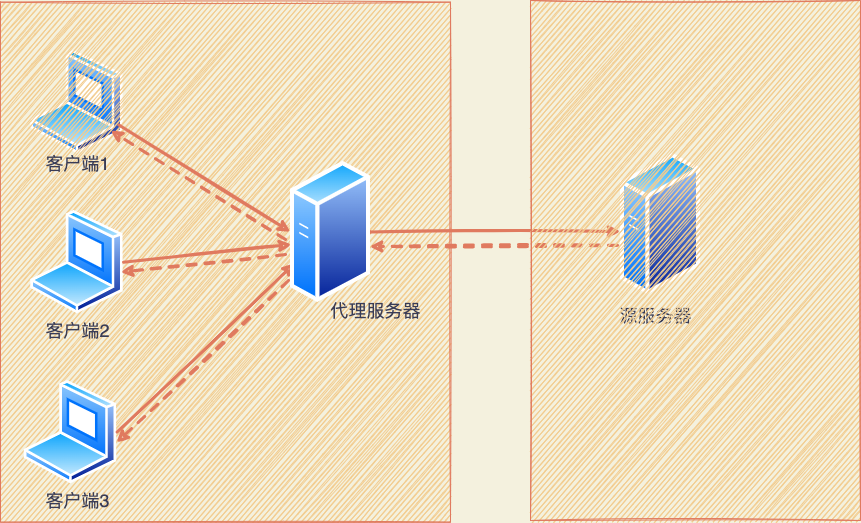
The draw.io diagram imgFolder1/正向代理.drawio.png in wallcwr/xiaoliangbianchenghui, before a commit. Source tidied: cells renumbered, new cells last; positions are measured from the earlier drawing's top-left corner, leaving out a move shared by most shapes. The source it was exported from:
```xml
<mxGraphModel background="#F4F1DE">
  <root>
    <mxCell id="0" />
    <mxCell id="1" parent="0" />
    <mxCell id="2" style="perimeter=ellipsePerimeter;html=1;align=center;shadow=0;dashed=0;spacingTop=3;image;image=img/lib/active_directory/laptop_client.svg;rounded=0;sketch=1;fontSize=14;fillColor=#F2CC8F;strokeColor=#E07A5F;fontColor=#393C56;labelBackgroundColor=#F4F1DE;" parent="1" vertex="1">
      <mxGeometry x="30" y="50" width="93" height="103.3" as="geometry" />
    </mxCell>
    <mxCell id="3" style="verticalLabelPosition=bottom;verticalAlign=top;html=1;shape=mxgraph.basic.rect;fillColor2=none;strokeWidth=1;size=20;indent=5;rounded=0;sketch=1;fontSize=14;fillColor=#F2CC8F;strokeColor=#E07A5F;fontColor=#393C56;" parent="1" vertex="1">
      <mxGeometry y="1.7" width="450" height="520" as="geometry" />
    </mxCell>
    <mxCell id="4" value="&lt;font style=&quot;font-size: 18px&quot;&gt;客户端1&lt;/font&gt;" style="text;html=1;align=center;verticalAlign=middle;strokeColor=none;fillColor=none;fontSize=14;sketch=1;fontColor=#393C56;" parent="1" vertex="1">
      <mxGeometry x="36.5" y="153.3" width="80" height="20" as="geometry" />
    </mxCell>
    <mxCell id="5" value="&lt;span style=&quot;font-size: 18px&quot;&gt;客户端2&lt;/span&gt;" style="text;html=1;align=center;verticalAlign=middle;strokeColor=none;fillColor=none;fontSize=14;sketch=1;fontColor=#393C56;" parent="1" vertex="1">
      <mxGeometry x="36.5" y="320" width="80" height="20" as="geometry" />
    </mxCell>
    <mxCell id="6" value="&lt;span style=&quot;font-size: 18px&quot;&gt;客户端3&lt;/span&gt;" style="text;html=1;align=center;verticalAlign=middle;strokeColor=none;fillColor=none;fontSize=14;sketch=1;fontColor=#393C56;" parent="1" vertex="1">
      <mxGeometry x="36.5" y="490" width="80" height="20" as="geometry" />
    </mxCell>
    <mxCell id="7" style="perimeter=ellipsePerimeter;html=1;align=center;shadow=0;dashed=0;spacingTop=3;image;image=img/lib/active_directory/laptop_client.svg;rounded=0;sketch=1;fontSize=14;fillColor=#F2CC8F;strokeColor=#E07A5F;fontColor=#393C56;labelBackgroundColor=#F4F1DE;imageBackground=none;imageBorder=none;" parent="1" vertex="1">
      <mxGeometry x="30" y="210" width="93" height="103.3" as="geometry" />
    </mxCell>
    <mxCell id="8" style="perimeter=ellipsePerimeter;html=1;align=center;shadow=0;dashed=0;spacingTop=3;image;image=img/lib/active_directory/laptop_client.svg;rounded=0;sketch=1;fontSize=14;fillColor=#F2CC8F;strokeColor=#E07A5F;fontColor=#393C56;labelBackgroundColor=#F4F1DE;" parent="1" vertex="1">
      <mxGeometry x="23.5" y="380" width="93" height="103.3" as="geometry" />
    </mxCell>
    <mxCell id="9" value="&lt;font style=&quot;font-size: 18px&quot;&gt;代理服务器&lt;/font&gt;" style="text;html=1;align=center;verticalAlign=middle;strokeColor=none;fillColor=none;fontSize=14;sketch=1;fontColor=#393C56;" parent="1" vertex="1">
      <mxGeometry x="320" y="300" width="110" height="20" as="geometry" />
    </mxCell>
    <mxCell id="10" style="endArrow=classic;html=1;rounded=1;sketch=1;fontSize=18;curved=0;exitX=1;exitY=0.75;exitDx=0;exitDy=0;entryX=0;entryY=0.5;entryDx=0;entryDy=0;strokeWidth=3;strokeColor=#E07A5F;fontColor=#393C56;labelBackgroundColor=#F4F1DE;" parent="1" edge="1" source="2" target="19">
      <mxGeometry relative="1" as="geometry" />
    </mxCell>
    <mxCell id="11" style="endArrow=classic;html=1;rounded=1;sketch=1;fontSize=18;curved=0;exitX=1;exitY=0.5;exitDx=0;exitDy=0;entryX=0.013;entryY=0.588;entryDx=0;entryDy=0;entryPerimeter=0;strokeWidth=3;strokeColor=#E07A5F;fontColor=#393C56;labelBackgroundColor=#F4F1DE;" parent="1" edge="1" source="7" target="19">
      <mxGeometry relative="1" as="geometry" />
    </mxCell>
    <mxCell id="12" style="endArrow=classic;html=1;rounded=1;sketch=1;fontSize=18;curved=0;exitX=1;exitY=0.5;exitDx=0;exitDy=0;entryX=0;entryY=0.75;entryDx=0;entryDy=0;strokeWidth=3;strokeColor=#E07A5F;fontColor=#393C56;labelBackgroundColor=#F4F1DE;" parent="1" edge="1" source="8" target="19">
      <mxGeometry relative="1" as="geometry" />
    </mxCell>
    <mxCell id="13" style="endArrow=classic;html=1;rounded=1;sketch=1;fontSize=18;curved=0;strokeWidth=3;strokeColor=#E07A5F;fontColor=#393C56;labelBackgroundColor=#F4F1DE;" parent="1" edge="1" source="19">
      <mxGeometry relative="1" as="geometry">
        <mxPoint x="620" y="230.9" as="targetPoint" />
      </mxGeometry>
    </mxCell>
    <mxCell id="14" style="perimeter=ellipsePerimeter;html=1;align=center;shadow=0;dashed=0;spacingTop=3;image;image=img/lib/active_directory/generic_server.svg;rounded=0;sketch=1;fontSize=14;fillColor=none;imageBackground=none;strokeColor=#E07A5F;fontColor=#393C56;labelBackgroundColor=#F4F1DE;" parent="1" vertex="1">
      <mxGeometry x="620" y="152.1" width="80" height="142.9" as="geometry" />
    </mxCell>
    <mxCell id="15" value="源服务器" style="text;html=1;align=center;verticalAlign=middle;strokeColor=none;fillColor=none;fontSize=18;sketch=1;fontColor=#393C56;" parent="1" vertex="1">
      <mxGeometry x="610" y="300" width="90" height="30" as="geometry" />
    </mxCell>
    <mxCell id="16" style="endArrow=classic;html=1;rounded=1;sketch=1;fontSize=18;curved=0;strokeWidth=3;strokeColor=#E07A5F;fontColor=#393C56;exitX=-0.062;exitY=0.553;exitDx=0;exitDy=0;exitPerimeter=0;dashed=1;labelBackgroundColor=#F4F1DE;" parent="1" edge="1" source="19">
      <mxGeometry relative="1" as="geometry">
        <mxPoint x="110" y="130" as="targetPoint" />
      </mxGeometry>
    </mxCell>
    <mxCell id="17" style="endArrow=classic;html=1;rounded=1;sketch=1;fontSize=18;curved=0;entryX=0.968;entryY=0.597;entryDx=0;entryDy=0;entryPerimeter=0;strokeWidth=3;strokeColor=#E07A5F;fontColor=#393C56;exitX=-0.062;exitY=0.658;exitDx=0;exitDy=0;exitPerimeter=0;dashed=1;labelBackgroundColor=#F4F1DE;" parent="1" edge="1" source="19" target="7">
      <mxGeometry relative="1" as="geometry" />
    </mxCell>
    <mxCell id="18" style="endArrow=classic;html=1;rounded=1;sketch=1;fontSize=18;curved=0;exitX=1;exitY=0.5;exitDx=0;exitDy=0;entryX=0;entryY=0.75;entryDx=0;entryDy=0;strokeWidth=3;strokeColor=#E07A5F;fontColor=#393C56;startArrow=none;labelBackgroundColor=#F4F1DE;" parent="1" edge="1" source="19">
      <mxGeometry relative="1" as="geometry">
        <mxPoint x="294.1" y="272.9" as="targetPoint" />
      </mxGeometry>
    </mxCell>
    <mxCell id="19" style="perimeter=ellipsePerimeter;html=1;align=center;shadow=0;dashed=0;spacingTop=3;image;image=img/lib/active_directory/generic_server.svg;rounded=0;sketch=1;fontSize=14;fillColor=none;strokeColor=#E07A5F;fontColor=#393C56;labelBackgroundColor=#F4F1DE;" parent="1" vertex="1">
      <mxGeometry x="290" y="160" width="80" height="142.9" as="geometry" />
    </mxCell>
    <mxCell id="20" style="endArrow=classic;html=1;rounded=1;sketch=1;fontSize=18;curved=0;entryX=0.995;entryY=0.6;entryDx=0;entryDy=0;strokeWidth=3;strokeColor=#E07A5F;fontColor=#393C56;entryPerimeter=0;exitX=-0.025;exitY=0.84;exitDx=0;exitDy=0;exitPerimeter=0;dashed=1;labelBackgroundColor=#F4F1DE;" parent="1" edge="1" source="19" target="8">
      <mxGeometry relative="1" as="geometry" />
    </mxCell>
    <mxCell id="21" style="endArrow=classic;html=1;rounded=1;sketch=1;fontSize=18;curved=0;strokeWidth=3;strokeColor=#E07A5F;fontColor=#393C56;entryX=0.988;entryY=0.602;entryDx=0;entryDy=0;entryPerimeter=0;exitX=-0.037;exitY=0.649;exitDx=0;exitDy=0;exitPerimeter=0;dashed=1;labelBackgroundColor=#F4F1DE;" parent="1" edge="1" source="14" target="19">
      <mxGeometry relative="1" as="geometry" />
    </mxCell>
    <mxCell id="22" style="rounded=0;whiteSpace=wrap;html=1;sketch=1;strokeColor=#E07A5F;fillColor=#F2CC8F;shadow=0;fontColor=#393C56;" parent="1" vertex="1">
      <mxGeometry x="530" width="330" height="520" as="geometry" />
    </mxCell>
  </root>
</mxGraphModel>
```
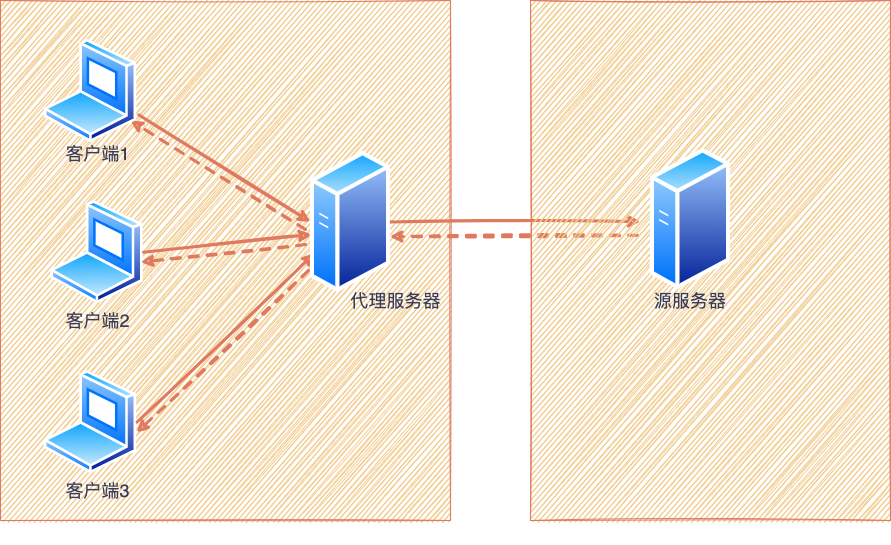
Above is the later version.

Diff of the diagram source:
```diff
@@ -1,12 +1,9 @@
-<mxGraphModel background="#F4F1DE">
+<mxGraphModel>
   <root>
     <mxCell id="0" />
     <mxCell id="1" parent="0" />
-    <mxCell id="2" style="perimeter=ellipsePerimeter;html=1;align=center;shadow=0;dashed=0;spacingTop=3;image;image=img/lib/active_directory/laptop_client.svg;rounded=0;sketch=1;fontSize=14;fillColor=#F2CC8F;strokeColor=#E07A5F;fontColor=#393C56;labelBackgroundColor=#F4F1DE;" parent="1" vertex="1">
-      <mxGeometry x="30" y="50" width="93" height="103.3" as="geometry" />
-    </mxCell>
-    <mxCell id="3" style="verticalLabelPosition=bottom;verticalAlign=top;html=1;shape=mxgraph.basic.rect;fillColor2=none;strokeWidth=1;size=20;indent=5;rounded=0;sketch=1;fontSize=14;fillColor=#F2CC8F;strokeColor=#E07A5F;fontColor=#393C56;" parent="1" vertex="1">
-      <mxGeometry y="1.7" width="450" height="520" as="geometry" />
+    <mxCell id="3" value="&lt;span style=&quot;color: rgba(0 , 0 , 0 , 0) ; font-family: monospace ; font-size: 0px&quot;&gt;%3CmxGraphModel%3E%3Croot%3E%3CmxCell%20id%3D%220%22%2F%3E%3CmxCell%20id%3D%221%22%20parent%3D%220%22%2F%3E%3CmxCell%20id%3D%222%22%20value%3D%22%22%20style%3D%22aspect%3Dfixed%3Bperimeter%3DellipsePerimeter%3Bhtml%3D1%3Balign%3Dcenter%3Bshadow%3D0%3Bdashed%3D0%3BspacingTop%3D3%3Bimage%3Bimage%3Dimg%2Flib%2Factive_directory%2Flaptop_client.svg%3Brounded%3D0%3Bsketch%3D1%3BfontSize%3D14%3BfillColor%3D%23F2CC8F%3BstrokeColor%3D%23E07A5F%3BfontColor%3D%23393C56%3BlabelBackgroundColor%3D%23F4F1DE%3BimageBackground%3Dnone%3BimageBorder%3Dnone%3B%22%20vertex%3D%221%22%20parent%3D%221%22%3E%3CmxGeometry%20x%3D%22-80%22%20y%3D%22-600%22%20width%3D%2293%22%20height%3D%22103.33%22%20as%3D%22geometry%22%2F%3E%3C%2FmxCell%3E%3C%2Froot%3E%3C%2FmxGraphModel%3E&lt;/span&gt;" style="verticalLabelPosition=bottom;verticalAlign=top;html=1;shape=mxgraph.basic.rect;fillColor2=none;strokeWidth=1;size=20;indent=5;rounded=0;sketch=1;fontSize=14;fillColor=#F2CC8F;strokeColor=#E07A5F;fontColor=#393C56;" parent="1" vertex="1">
+      <mxGeometry x="-20" y="10" width="450" height="520" as="geometry" />
     </mxCell>
     <mxCell id="4" value="&lt;font style=&quot;font-size: 18px&quot;&gt;客户端1&lt;/font&gt;" style="text;html=1;align=center;verticalAlign=middle;strokeColor=none;fillColor=none;fontSize=14;sketch=1;fontColor=#393C56;" parent="1" vertex="1">
       <mxGeometry x="36.5" y="153.3" width="80" height="20" as="geometry" />
@@ -17,59 +14,66 @@
     <mxCell id="6" value="&lt;span style=&quot;font-size: 18px&quot;&gt;客户端3&lt;/span&gt;" style="text;html=1;align=center;verticalAlign=middle;strokeColor=none;fillColor=none;fontSize=14;sketch=1;fontColor=#393C56;" parent="1" vertex="1">
       <mxGeometry x="36.5" y="490" width="80" height="20" as="geometry" />
     </mxCell>
-    <mxCell id="7" style="perimeter=ellipsePerimeter;html=1;align=center;shadow=0;dashed=0;spacingTop=3;image;image=img/lib/active_directory/laptop_client.svg;rounded=0;sketch=1;fontSize=14;fillColor=#F2CC8F;strokeColor=#E07A5F;fontColor=#393C56;labelBackgroundColor=#F4F1DE;imageBackground=none;imageBorder=none;" parent="1" vertex="1">
+    <mxCell id="7" style="perimeter=ellipsePerimeter;html=1;align=center;shadow=0;dashed=0;spacingTop=3;image;image=img/lib/active_directory/laptop_client.svg;rounded=0;sketch=1;fontSize=14;imageBackground=none;imageBorder=none;labelBackgroundColor=#F4F1DE;fillColor=#F2CC8F;strokeColor=#E07A5F;fontColor=#393C56;" parent="1" vertex="1">
       <mxGeometry x="30" y="210" width="93" height="103.3" as="geometry" />
     </mxCell>
-    <mxCell id="8" style="perimeter=ellipsePerimeter;html=1;align=center;shadow=0;dashed=0;spacingTop=3;image;image=img/lib/active_directory/laptop_client.svg;rounded=0;sketch=1;fontSize=14;fillColor=#F2CC8F;strokeColor=#E07A5F;fontColor=#393C56;labelBackgroundColor=#F4F1DE;" parent="1" vertex="1">
+    <mxCell id="8" style="perimeter=ellipsePerimeter;html=1;align=center;shadow=0;dashed=0;spacingTop=3;image;image=img/lib/active_directory/laptop_client.svg;rounded=0;sketch=1;fontSize=14;labelBackgroundColor=#F4F1DE;fillColor=#F2CC8F;strokeColor=#E07A5F;fontColor=#393C56;" parent="1" vertex="1">
       <mxGeometry x="23.5" y="380" width="93" height="103.3" as="geometry" />
     </mxCell>
     <mxCell id="9" value="&lt;font style=&quot;font-size: 18px&quot;&gt;代理服务器&lt;/font&gt;" style="text;html=1;align=center;verticalAlign=middle;strokeColor=none;fillColor=none;fontSize=14;sketch=1;fontColor=#393C56;" parent="1" vertex="1">
       <mxGeometry x="320" y="300" width="110" height="20" as="geometry" />
     </mxCell>
-    <mxCell id="10" style="endArrow=classic;html=1;rounded=1;sketch=1;fontSize=18;curved=0;exitX=1;exitY=0.75;exitDx=0;exitDy=0;entryX=0;entryY=0.5;entryDx=0;entryDy=0;strokeWidth=3;strokeColor=#E07A5F;fontColor=#393C56;labelBackgroundColor=#F4F1DE;" parent="1" edge="1" source="2" target="19">
-      <mxGeometry relative="1" as="geometry" />
+    <mxCell id="10" style="endArrow=classic;html=1;rounded=1;sketch=1;fontSize=18;curved=0;exitX=1;exitY=0.75;exitDx=0;exitDy=0;entryX=0;entryY=0.5;entryDx=0;entryDy=0;strokeWidth=3;labelBackgroundColor=#F4F1DE;strokeColor=#E07A5F;fontColor=#393C56;" parent="1" edge="1" target="19">
+      <mxGeometry relative="1" as="geometry">
+        <mxPoint x="118.3" y="124.4" as="sourcePoint" />
+      </mxGeometry>
     </mxCell>
-    <mxCell id="11" style="endArrow=classic;html=1;rounded=1;sketch=1;fontSize=18;curved=0;exitX=1;exitY=0.5;exitDx=0;exitDy=0;entryX=0.013;entryY=0.588;entryDx=0;entryDy=0;entryPerimeter=0;strokeWidth=3;strokeColor=#E07A5F;fontColor=#393C56;labelBackgroundColor=#F4F1DE;" parent="1" edge="1" source="7" target="19">
+    <mxCell id="11" style="endArrow=classic;html=1;rounded=1;sketch=1;fontSize=18;curved=0;exitX=1;exitY=0.5;exitDx=0;exitDy=0;entryX=0.013;entryY=0.588;entryDx=0;entryDy=0;entryPerimeter=0;strokeWidth=3;labelBackgroundColor=#F4F1DE;strokeColor=#E07A5F;fontColor=#393C56;" parent="1" edge="1" source="7" target="19">
       <mxGeometry relative="1" as="geometry" />
     </mxCell>
-    <mxCell id="12" style="endArrow=classic;html=1;rounded=1;sketch=1;fontSize=18;curved=0;exitX=1;exitY=0.5;exitDx=0;exitDy=0;entryX=0;entryY=0.75;entryDx=0;entryDy=0;strokeWidth=3;strokeColor=#E07A5F;fontColor=#393C56;labelBackgroundColor=#F4F1DE;" parent="1" edge="1" source="8" target="19">
+    <mxCell id="12" style="endArrow=classic;html=1;rounded=1;sketch=1;fontSize=18;curved=0;exitX=1;exitY=0.5;exitDx=0;exitDy=0;entryX=0;entryY=0.75;entryDx=0;entryDy=0;strokeWidth=3;labelBackgroundColor=#F4F1DE;strokeColor=#E07A5F;fontColor=#393C56;" parent="1" edge="1" source="8" target="19">
       <mxGeometry relative="1" as="geometry" />
     </mxCell>
-    <mxCell id="13" style="endArrow=classic;html=1;rounded=1;sketch=1;fontSize=18;curved=0;strokeWidth=3;strokeColor=#E07A5F;fontColor=#393C56;labelBackgroundColor=#F4F1DE;" parent="1" edge="1" source="19">
+    <mxCell id="13" style="endArrow=classic;html=1;rounded=1;sketch=1;fontSize=18;curved=0;strokeWidth=3;labelBackgroundColor=#F4F1DE;strokeColor=#E07A5F;fontColor=#393C56;" parent="1" edge="1" source="19">
       <mxGeometry relative="1" as="geometry">
         <mxPoint x="620" y="230.9" as="targetPoint" />
       </mxGeometry>
     </mxCell>
-    <mxCell id="14" style="perimeter=ellipsePerimeter;html=1;align=center;shadow=0;dashed=0;spacingTop=3;image;image=img/lib/active_directory/generic_server.svg;rounded=0;sketch=1;fontSize=14;fillColor=none;imageBackground=none;strokeColor=#E07A5F;fontColor=#393C56;labelBackgroundColor=#F4F1DE;" parent="1" vertex="1">
-      <mxGeometry x="620" y="152.1" width="80" height="142.9" as="geometry" />
-    </mxCell>
-    <mxCell id="15" value="源服务器" style="text;html=1;align=center;verticalAlign=middle;strokeColor=none;fillColor=none;fontSize=18;sketch=1;fontColor=#393C56;" parent="1" vertex="1">
-      <mxGeometry x="610" y="300" width="90" height="30" as="geometry" />
-    </mxCell>
-    <mxCell id="16" style="endArrow=classic;html=1;rounded=1;sketch=1;fontSize=18;curved=0;strokeWidth=3;strokeColor=#E07A5F;fontColor=#393C56;exitX=-0.062;exitY=0.553;exitDx=0;exitDy=0;exitPerimeter=0;dashed=1;labelBackgroundColor=#F4F1DE;" parent="1" edge="1" source="19">
+    <mxCell id="16" style="endArrow=classic;html=1;rounded=1;sketch=1;fontSize=18;curved=0;strokeWidth=3;exitX=-0.062;exitY=0.553;exitDx=0;exitDy=0;exitPerimeter=0;dashed=1;labelBackgroundColor=#F4F1DE;strokeColor=#E07A5F;fontColor=#393C56;" parent="1" edge="1" source="19">
       <mxGeometry relative="1" as="geometry">
         <mxPoint x="110" y="130" as="targetPoint" />
       </mxGeometry>
     </mxCell>
-    <mxCell id="17" style="endArrow=classic;html=1;rounded=1;sketch=1;fontSize=18;curved=0;entryX=0.968;entryY=0.597;entryDx=0;entryDy=0;entryPerimeter=0;strokeWidth=3;strokeColor=#E07A5F;fontColor=#393C56;exitX=-0.062;exitY=0.658;exitDx=0;exitDy=0;exitPerimeter=0;dashed=1;labelBackgroundColor=#F4F1DE;" parent="1" edge="1" source="19" target="7">
+    <mxCell id="17" style="endArrow=classic;html=1;rounded=1;sketch=1;fontSize=18;curved=0;entryX=0.968;entryY=0.597;entryDx=0;entryDy=0;entryPerimeter=0;strokeWidth=3;exitX=-0.062;exitY=0.658;exitDx=0;exitDy=0;exitPerimeter=0;dashed=1;labelBackgroundColor=#F4F1DE;strokeColor=#E07A5F;fontColor=#393C56;" parent="1" edge="1" source="19" target="7">
       <mxGeometry relative="1" as="geometry" />
     </mxCell>
-    <mxCell id="18" style="endArrow=classic;html=1;rounded=1;sketch=1;fontSize=18;curved=0;exitX=1;exitY=0.5;exitDx=0;exitDy=0;entryX=0;entryY=0.75;entryDx=0;entryDy=0;strokeWidth=3;strokeColor=#E07A5F;fontColor=#393C56;startArrow=none;labelBackgroundColor=#F4F1DE;" parent="1" edge="1" source="19">
+    <mxCell id="18" style="endArrow=classic;html=1;rounded=1;sketch=1;fontSize=18;curved=0;exitX=1;exitY=0.5;exitDx=0;exitDy=0;entryX=0;entryY=0.75;entryDx=0;entryDy=0;strokeWidth=3;startArrow=none;labelBackgroundColor=#F4F1DE;strokeColor=#E07A5F;fontColor=#393C56;" parent="1" edge="1" source="19">
       <mxGeometry relative="1" as="geometry">
         <mxPoint x="294.1" y="272.9" as="targetPoint" />
       </mxGeometry>
     </mxCell>
-    <mxCell id="19" style="perimeter=ellipsePerimeter;html=1;align=center;shadow=0;dashed=0;spacingTop=3;image;image=img/lib/active_directory/generic_server.svg;rounded=0;sketch=1;fontSize=14;fillColor=none;strokeColor=#E07A5F;fontColor=#393C56;labelBackgroundColor=#F4F1DE;" parent="1" vertex="1">
+    <mxCell id="19" style="perimeter=ellipsePerimeter;html=1;align=center;shadow=0;dashed=0;spacingTop=3;image;image=img/lib/active_directory/generic_server.svg;rounded=0;sketch=1;fontSize=14;fillColor=none;labelBackgroundColor=#F4F1DE;strokeColor=#E07A5F;fontColor=#393C56;" parent="1" vertex="1">
       <mxGeometry x="290" y="160" width="80" height="142.9" as="geometry" />
     </mxCell>
-    <mxCell id="20" style="endArrow=classic;html=1;rounded=1;sketch=1;fontSize=18;curved=0;entryX=0.995;entryY=0.6;entryDx=0;entryDy=0;strokeWidth=3;strokeColor=#E07A5F;fontColor=#393C56;entryPerimeter=0;exitX=-0.025;exitY=0.84;exitDx=0;exitDy=0;exitPerimeter=0;dashed=1;labelBackgroundColor=#F4F1DE;" parent="1" edge="1" source="19" target="8">
+    <mxCell id="20" style="endArrow=classic;html=1;rounded=1;sketch=1;fontSize=18;curved=0;entryX=0.995;entryY=0.6;entryDx=0;entryDy=0;strokeWidth=3;entryPerimeter=0;exitX=-0.025;exitY=0.84;exitDx=0;exitDy=0;exitPerimeter=0;dashed=1;labelBackgroundColor=#F4F1DE;strokeColor=#E07A5F;fontColor=#393C56;" parent="1" edge="1" source="19" target="8">
       <mxGeometry relative="1" as="geometry" />
     </mxCell>
-    <mxCell id="21" style="endArrow=classic;html=1;rounded=1;sketch=1;fontSize=18;curved=0;strokeWidth=3;strokeColor=#E07A5F;fontColor=#393C56;entryX=0.988;entryY=0.602;entryDx=0;entryDy=0;entryPerimeter=0;exitX=-0.037;exitY=0.649;exitDx=0;exitDy=0;exitPerimeter=0;dashed=1;labelBackgroundColor=#F4F1DE;" parent="1" edge="1" source="14" target="19">
-      <mxGeometry relative="1" as="geometry" />
+    <mxCell id="21" style="endArrow=classic;html=1;rounded=1;sketch=1;fontSize=18;curved=0;strokeWidth=3;entryX=0.988;entryY=0.602;entryDx=0;entryDy=0;entryPerimeter=0;exitX=-0.037;exitY=0.649;exitDx=0;exitDy=0;exitPerimeter=0;dashed=1;labelBackgroundColor=#F4F1DE;strokeColor=#E07A5F;fontColor=#393C56;" parent="1" edge="1" target="19">
+      <mxGeometry relative="1" as="geometry">
+        <mxPoint x="617" y="244.9" as="sourcePoint" />
+      </mxGeometry>
     </mxCell>
-    <mxCell id="22" style="rounded=0;whiteSpace=wrap;html=1;sketch=1;strokeColor=#E07A5F;fillColor=#F2CC8F;shadow=0;fontColor=#393C56;" parent="1" vertex="1">
-      <mxGeometry x="530" width="330" height="520" as="geometry" />
+    <mxCell id="22" value="&lt;span style=&quot;color: rgba(0 , 0 , 0 , 0) ; font-family: monospace ; font-size: 0px&quot;&gt;%3CmxGraphModel%3E%3Croot%3E%3CmxCell%20id%3D%220%22%2F%3E%3CmxCell%20id%3D%221%22%20parent%3D%220%22%2F%3E%3CmxCell%20id%3D%222%22%20value%3D%22%22%20style%3D%22aspect%3Dfixed%3Bperimeter%3DellipsePerimeter%3Bhtml%3D1%3Balign%3Dcenter%3Bshadow%3D0%3Bdashed%3D0%3BspacingTop%3D3%3Bimage%3Bimage%3Dimg%2Flib%2Factive_directory%2Fgeneric_server.svg%3Brounded%3D0%3Bsketch%3D1%3BfontSize%3D14%3BfillColor%3Dnone%3BimageBackground%3Dnone%3BstrokeColor%3D%23E07A5F%3BfontColor%3D%23393C56%3BlabelBackgroundColor%3D%23F4F1DE%3B%22%20vertex%3D%221%22%20parent%3D%221%22%3E%3CmxGeometry%20x%3D%22510%22%20y%3D%22-497.86%22%20width%3D%2280%22%20height%3D%22142.86%22%20as%3D%22geometry%22%2F%3E%3C%2FmxCell%3E%3C%2Froot%3E%3C%2FmxGraphModel%3E&lt;/span&gt;" style="rounded=0;whiteSpace=wrap;html=1;sketch=1;shadow=0;fillColor=#F2CC8F;strokeColor=#E07A5F;fontColor=#393C56;" parent="1" vertex="1">
+      <mxGeometry x="510" y="10" width="360" height="520" as="geometry" />
     </mxCell>
+    <mxCell id="15" value="&lt;font style=&quot;font-size: 18px&quot;&gt;源服务器&lt;/font&gt;" style="text;html=1;strokeColor=none;fillColor=none;align=center;verticalAlign=middle;whiteSpace=wrap;rounded=0;sketch=0;fontColor=#393C56;" parent="1" vertex="1">
+      <mxGeometry x="630" y="295" width="80" height="30" as="geometry" />
+    </mxCell>
+    <mxCell id="23" style="perimeter=ellipsePerimeter;html=1;align=center;shadow=0;dashed=0;spacingTop=3;image;image=img/lib/active_directory/laptop_client.svg;rounded=0;sketch=1;fontSize=14;imageBackground=none;imageBorder=none;labelBackgroundColor=#F4F1DE;fillColor=#F2CC8F;strokeColor=#E07A5F;fontColor=#393C56;" parent="1" vertex="1">
+      <mxGeometry x="23.5" y="48.8" width="93" height="103.3" as="geometry" />
+    </mxCell>
+    <mxCell id="24" style="perimeter=ellipsePerimeter;html=1;align=center;shadow=0;dashed=0;spacingTop=3;image;image=img/lib/active_directory/generic_server.svg;rounded=0;sketch=1;fontSize=14;fillColor=none;imageBackground=none;labelBackgroundColor=#F4F1DE;strokeColor=#E07A5F;fontColor=#393C56;" parent="1" vertex="1">
+      <mxGeometry x="630" y="157.1" width="80" height="142.9" as="geometry" />
+    </mxCell>
   </root>
 </mxGraphModel>
```
